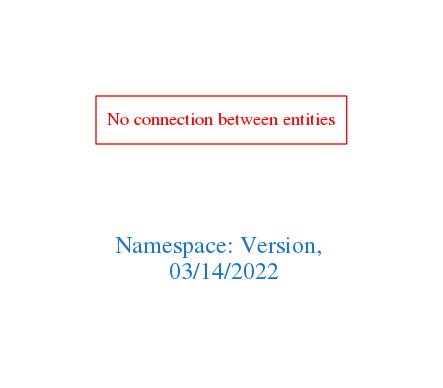
Earlier version of the Graphviz export downloads/Version.png (arago/OGIT). Its source is kept beside it as downloads/Version.dot.
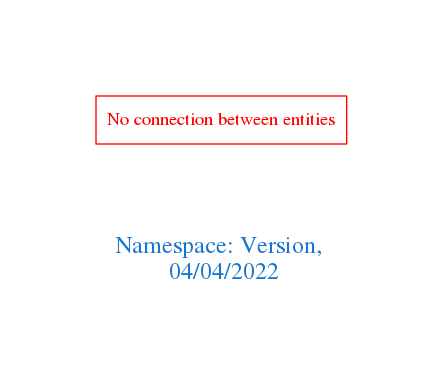
After the commit.

Change to the diagram source:
```diff
@@ -1,7 +1,7 @@
 digraph OGIT_ontology {
  graph [ rankdir= LR,pad=1
 fontsize = 18,
-fontcolor= dodgerblue3,label = "\n\n\nNamespace: Version, \n 03/14/2022"];
+fontcolor= dodgerblue3,label = "\n\n\nNamespace: Version, \n 04/04/2022"];
 node[shape=polygon];
 edge [  color="gray81"];
 
```
